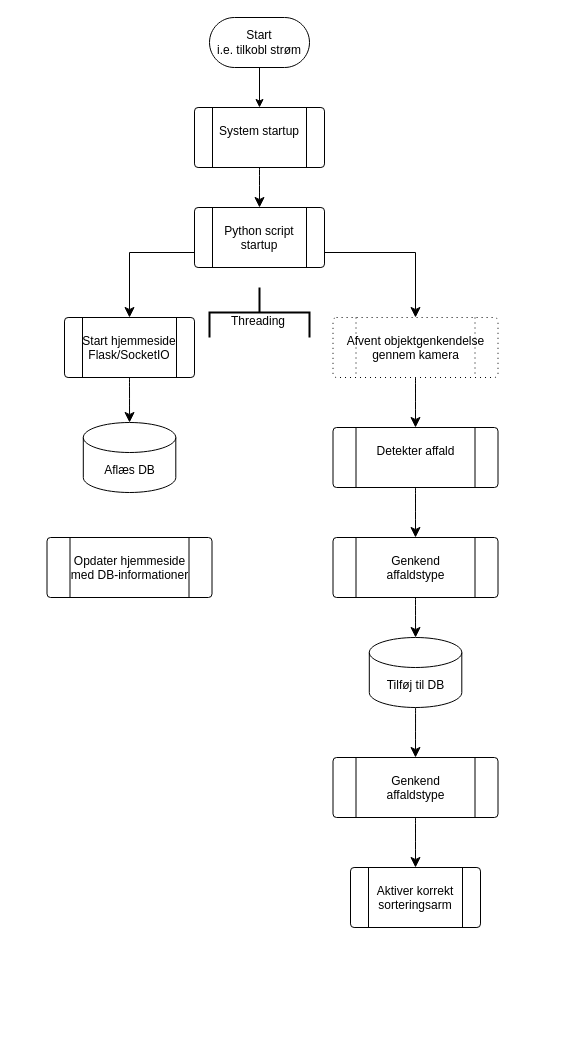
KEA-F25-B8-IoT2/SAAS keeps this draw.io diagram as flowchart.drawio. Above is the earlier version. Source tidied: cells renumbered, new cells numbered last; positions are measured from the earlier drawing's top-left corner, leaving out a move shared by most shapes. Both pictures are drawn from the tidied source at 100%, with x=0, y=0 at pixel (47, 17).
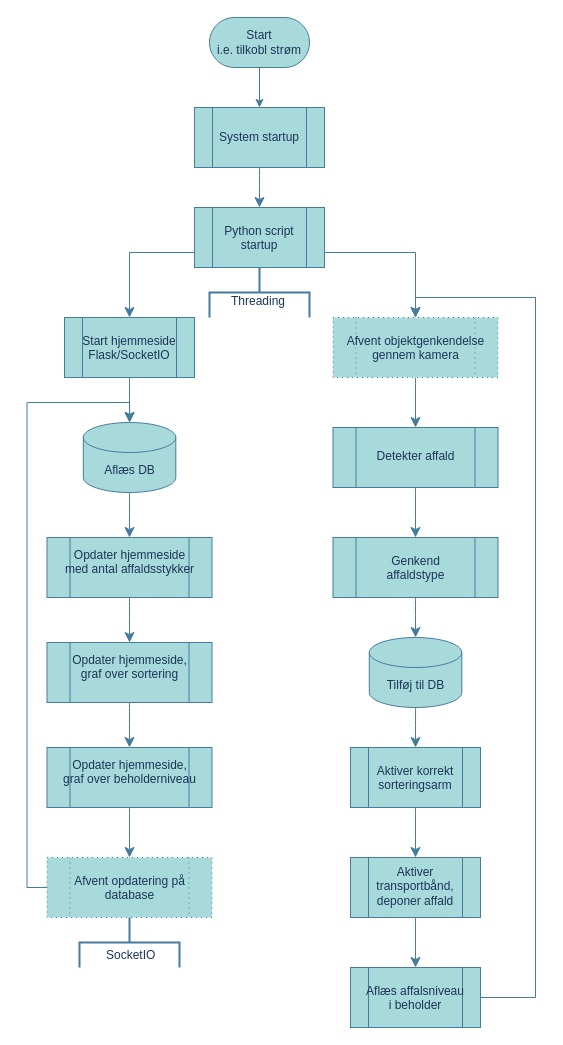
After the change.

The edit, as a diff of the source:
```diff
@@
-    <mxCell id="2" style="edgeStyle=orthogonalEdgeStyle;rounded=0;jettySize=auto;html=1;" parent="1" edge="1" source="3" target="5">
+    <mxCell id="2" style="edgeStyle=orthogonalEdgeStyle;rounded=0;jettySize=auto;html=1;labelBackgroundColor=none;strokeColor=#457B9D;fontColor=default;" parent="1" edge="1" source="3" target="5">
       <mxGeometry relative="1" as="geometry" />
     </mxCell>
-    <mxCell id="3" value="Start&lt;br&gt;i.e. tilkobl strøm" style="html=1;dashed=0;whiteSpace=wrap;shape=mxgraph.dfd.start;" parent="1" vertex="1">
+    <mxCell id="3" value="Start&lt;br&gt;i.e. tilkobl strøm" style="html=1;dashed=0;whiteSpace=wrap;shape=mxgraph.dfd.start;rounded=0;labelBackgroundColor=none;fillColor=#A8DADC;strokeColor=#457B9D;fontColor=#1D3557;" parent="1" vertex="1">
       <mxGeometry x="162" width="100" height="50" as="geometry" />
     </mxCell>
-    <mxCell id="4" style="edgeStyle=none;curved=1;rounded=0;jettySize=auto;html=1;fontSize=12;startSize=8;endSize=8;" parent="1" edge="1" source="5" target="18">
+    <mxCell id="4" style="edgeStyle=none;curved=1;rounded=0;jettySize=auto;html=1;fontSize=12;startSize=8;endSize=8;labelBackgroundColor=none;strokeColor=#457B9D;fontColor=default;" parent="1" edge="1" source="5" target="18">
       <mxGeometry relative="1" as="geometry" />
     </mxCell>
-    <mxCell id="5" value="System startup" style="verticalLabelPosition=bottom;verticalAlign=top;html=1;shape=process;whiteSpace=wrap;rounded=1;size=0.14;arcSize=6;align=center;spacingTop=-50;" parent="1" vertex="1">
+    <mxCell id="5" value="System startup" style="verticalLabelPosition=bottom;verticalAlign=top;html=1;shape=process;whiteSpace=wrap;rounded=0;size=0.14;arcSize=6;align=center;spacingTop=-44;labelBackgroundColor=none;fillColor=#A8DADC;strokeColor=#457B9D;fontColor=#1D3557;" parent="1" vertex="1">
       <mxGeometry x="147" y="90" width="130" height="60" as="geometry" />
     </mxCell>
+    <mxCell id="25" style="edgeStyle=none;curved=1;rounded=0;jettySize=auto;html=1;exitX=0.5;exitY=1;exitDx=0;exitDy=0;entryX=0.5;entryY=0;entryDx=0;entryDy=0;strokeColor=#457B9D;fontSize=12;fontColor=#1D3557;startSize=8;endSize=8;fillColor=#A8DADC;" parent="1" edge="1" source="6" target="37">
+      <mxGeometry relative="1" as="geometry" />
+    </mxCell>
-    <mxCell id="6" value="Opdater hjemmeside&lt;br&gt;med DB-informationer" style="verticalLabelPosition=bottom;verticalAlign=top;html=1;shape=process;whiteSpace=wrap;rounded=1;size=0.14;arcSize=6;align=center;spacingTop=-50;" parent="1" vertex="1">
+    <mxCell id="6" value="Opdater hjemmeside&lt;br&gt;med antal affaldsstykker" style="verticalLabelPosition=bottom;verticalAlign=top;html=1;shape=process;whiteSpace=wrap;rounded=0;size=0.14;arcSize=6;align=center;spacingTop=-56;labelBackgroundColor=none;fillColor=#A8DADC;strokeColor=#457B9D;fontColor=#1D3557;" parent="1" vertex="1">
       <mxGeometry x="-0.5" y="520" width="165" height="60" as="geometry" />
     </mxCell>
+    <mxCell id="26" style="edgeStyle=none;curved=1;rounded=0;jettySize=auto;html=1;fontSize=12;startSize=8;endSize=8;labelBackgroundColor=none;strokeColor=#457B9D;fontColor=default;" parent="1" edge="1" source="7" target="6">
+      <mxGeometry relative="1" as="geometry" />
+    </mxCell>
-    <mxCell id="7" value="Aflæs DB" style="shape=cylinder3;whiteSpace=wrap;html=1;boundedLbl=1;backgroundOutline=1;size=15;" parent="1" vertex="1">
+    <mxCell id="7" value="Aflæs DB" style="shape=cylinder3;whiteSpace=wrap;html=1;boundedLbl=1;backgroundOutline=1;size=15;rounded=0;labelBackgroundColor=none;fillColor=#A8DADC;strokeColor=#457B9D;fontColor=#1D3557;" parent="1" vertex="1">
       <mxGeometry x="35.8" y="405" width="92.5" height="70" as="geometry" />
     </mxCell>
-    <mxCell id="8" style="edgeStyle=none;curved=1;rounded=0;jettySize=auto;html=1;fontSize=12;startSize=8;endSize=8;" parent="1" edge="1" source="9" target="21">
+    <mxCell id="8" style="edgeStyle=none;curved=1;rounded=0;jettySize=auto;html=1;fontSize=12;startSize=8;endSize=8;labelBackgroundColor=none;strokeColor=#457B9D;fontColor=default;" parent="1" edge="1" source="9" target="21">
       <mxGeometry relative="1" as="geometry" />
     </mxCell>
-    <mxCell id="9" value="Afvent objektgenkendelse&lt;br&gt;gennem kamera" style="verticalLabelPosition=bottom;verticalAlign=top;html=1;shape=process;whiteSpace=wrap;rounded=1;size=0.14;arcSize=6;align=center;spacingTop=-50;strokeColor=default;dashed=1;dashPattern=1 4;" parent="1" vertex="1">
+    <mxCell id="9" value="Afvent objektgenkendelse&lt;br&gt;gennem kamera" style="verticalLabelPosition=bottom;verticalAlign=top;html=1;shape=process;whiteSpace=wrap;rounded=0;size=0.14;arcSize=6;align=center;spacingTop=-50;strokeColor=#457B9D;dashed=1;dashPattern=1 4;labelBackgroundColor=none;fillColor=#A8DADC;fontColor=#1D3557;" parent="1" vertex="1">
       <mxGeometry x="285.5" y="300" width="165" height="60" as="geometry" />
     </mxCell>
-    <mxCell id="10" value="Genkend&lt;br&gt;affaldstype" style="verticalLabelPosition=bottom;verticalAlign=top;html=1;shape=process;whiteSpace=wrap;rounded=1;size=0.14;arcSize=6;align=center;spacingTop=-50;" parent="1" vertex="1">
+    <mxCell id="10" value="Genkend&lt;br&gt;affaldstype" style="verticalLabelPosition=bottom;verticalAlign=top;html=1;shape=process;whiteSpace=wrap;rounded=0;size=0.14;arcSize=6;align=center;spacingTop=-50;labelBackgroundColor=none;fillColor=#A8DADC;strokeColor=#457B9D;fontColor=#1D3557;" parent="1" vertex="1">
       <mxGeometry x="285.5" y="520" width="165" height="60" as="geometry" />
     </mxCell>
-    <mxCell id="11" style="edgeStyle=none;curved=1;rounded=0;jettySize=auto;html=1;exitX=0.5;exitY=1;exitDx=0;exitDy=0;exitPerimeter=0;entryX=0.5;entryY=0;entryDx=0;entryDy=0;fontSize=12;startSize=8;endSize=8;" parent="1" edge="1" source="12" target="14">
-      <mxGeometry relative="1" as="geometry" />
-    </mxCell>
+    <mxCell id="27" style="edgeStyle=none;curved=1;rounded=0;jettySize=auto;html=1;exitX=0.5;exitY=1;exitDx=0;exitDy=0;exitPerimeter=0;strokeColor=#457B9D;fontSize=12;fontColor=#1D3557;startSize=8;endSize=8;fillColor=#A8DADC;" parent="1" edge="1" source="12" target="15">
+      <mxGeometry relative="1" as="geometry" />
+    </mxCell>
-    <mxCell id="12" value="Tilføj til DB" style="shape=cylinder3;whiteSpace=wrap;html=1;boundedLbl=1;backgroundOutline=1;size=15;" parent="1" vertex="1">
+    <mxCell id="12" value="Tilføj til DB" style="shape=cylinder3;whiteSpace=wrap;html=1;boundedLbl=1;backgroundOutline=1;size=15;rounded=0;labelBackgroundColor=none;fillColor=#A8DADC;strokeColor=#457B9D;fontColor=#1D3557;" parent="1" vertex="1">
       <mxGeometry x="321.8" y="620" width="92.5" height="70" as="geometry" />
     </mxCell>
-    <mxCell id="13" style="edgeStyle=none;curved=1;rounded=0;jettySize=auto;html=1;exitX=0.5;exitY=1;exitDx=0;exitDy=0;entryX=0.5;entryY=0;entryDx=0;entryDy=0;fontSize=12;startSize=8;endSize=8;" parent="1" edge="1" source="14" target="15">
-      <mxGeometry relative="1" as="geometry" />
-    </mxCell>
-    <mxCell id="14" value="Genkend&lt;br&gt;affaldstype" style="verticalLabelPosition=bottom;verticalAlign=top;html=1;shape=process;whiteSpace=wrap;rounded=1;size=0.14;arcSize=6;align=center;spacingTop=-50;" parent="1" vertex="1">
-      <mxGeometry x="285.5" y="740" width="165" height="60" as="geometry" />
-    </mxCell>
+    <mxCell id="28" style="edgeStyle=none;curved=1;rounded=0;jettySize=auto;html=1;fontSize=12;startSize=8;endSize=8;labelBackgroundColor=none;strokeColor=#457B9D;fontColor=default;" parent="1" edge="1" source="15" target="30">
+      <mxGeometry relative="1" as="geometry" />
+    </mxCell>
-    <mxCell id="15" value="Aktiver korrekt&lt;div&gt;sorteringsarm&lt;/div&gt;" style="verticalLabelPosition=bottom;verticalAlign=top;html=1;shape=process;whiteSpace=wrap;rounded=1;size=0.14;arcSize=6;align=center;spacingTop=-50;" parent="1" vertex="1">
-      <mxGeometry x="303" y="850" width="130" height="60" as="geometry" />
+    <mxCell id="15" value="Aktiver korrekt&lt;div&gt;sorteringsarm&lt;/div&gt;" style="verticalLabelPosition=bottom;verticalAlign=top;html=1;shape=process;whiteSpace=wrap;rounded=0;size=0.14;arcSize=6;align=center;spacingTop=-50;labelBackgroundColor=none;fillColor=#A8DADC;strokeColor=#457B9D;fontColor=#1D3557;" parent="1" vertex="1">
+      <mxGeometry x="303" y="730" width="130" height="60" as="geometry" />
     </mxCell>
-    <mxCell id="16" style="edgeStyle=orthogonalEdgeStyle;rounded=0;jettySize=auto;html=1;exitX=0;exitY=0.75;exitDx=0;exitDy=0;entryX=0.5;entryY=0;entryDx=0;entryDy=0;fontSize=12;startSize=8;endSize=8;" parent="1" edge="1" source="18" target="19">
+    <mxCell id="16" style="edgeStyle=orthogonalEdgeStyle;rounded=0;jettySize=auto;html=1;exitX=0;exitY=0.75;exitDx=0;exitDy=0;entryX=0.5;entryY=0;entryDx=0;entryDy=0;fontSize=12;startSize=8;endSize=8;labelBackgroundColor=none;strokeColor=#457B9D;fontColor=default;" parent="1" edge="1" source="18" target="19">
       <mxGeometry relative="1" as="geometry" />
     </mxCell>
-    <mxCell id="17" style="edgeStyle=orthogonalEdgeStyle;rounded=0;jettySize=auto;html=1;exitX=1;exitY=0.75;exitDx=0;exitDy=0;entryX=0.5;entryY=0;entryDx=0;entryDy=0;fontSize=12;startSize=8;endSize=8;" parent="1" edge="1" source="18" target="9">
+    <mxCell id="17" style="edgeStyle=orthogonalEdgeStyle;rounded=0;jettySize=auto;html=1;exitX=1;exitY=0.75;exitDx=0;exitDy=0;entryX=0.5;entryY=0;entryDx=0;entryDy=0;fontSize=12;startSize=8;endSize=8;labelBackgroundColor=none;strokeColor=#457B9D;fontColor=default;" parent="1" edge="1" source="18" target="9">
       <mxGeometry relative="1" as="geometry" />
     </mxCell>
-    <mxCell id="18" value="Python script&lt;br&gt;startup" style="verticalLabelPosition=bottom;verticalAlign=top;html=1;shape=process;whiteSpace=wrap;rounded=1;size=0.14;arcSize=6;align=center;spacingTop=-50;" parent="1" vertex="1">
+    <mxCell id="18" value="Python script&lt;br&gt;startup" style="verticalLabelPosition=bottom;verticalAlign=top;html=1;shape=process;whiteSpace=wrap;rounded=0;size=0.14;arcSize=6;align=center;spacingTop=-50;labelBackgroundColor=none;fillColor=#A8DADC;strokeColor=#457B9D;fontColor=#1D3557;" parent="1" vertex="1">
       <mxGeometry x="147" y="190" width="130" height="60" as="geometry" />
     </mxCell>
-    <mxCell id="19" value="Start hjemmeside&lt;br&gt;Flask/SocketIO" style="verticalLabelPosition=bottom;verticalAlign=top;html=1;shape=process;whiteSpace=wrap;rounded=1;size=0.14;arcSize=6;align=center;spacingTop=-50;" parent="1" vertex="1">
+    <mxCell id="19" value="Start hjemmeside&lt;br&gt;Flask/SocketIO" style="verticalLabelPosition=bottom;verticalAlign=top;html=1;shape=process;whiteSpace=wrap;rounded=0;size=0.14;arcSize=6;align=center;spacingTop=-50;labelBackgroundColor=none;fillColor=#A8DADC;strokeColor=#457B9D;fontColor=#1D3557;" parent="1" vertex="1">
       <mxGeometry x="17" y="300" width="130" height="60" as="geometry" />
     </mxCell>
-    <mxCell id="20" style="edgeStyle=none;curved=1;rounded=0;jettySize=auto;html=1;exitX=0.5;exitY=1;exitDx=0;exitDy=0;entryX=0.5;entryY=0;entryDx=0;entryDy=0;fontSize=12;startSize=8;endSize=8;" parent="1" edge="1" source="21" target="10">
+    <mxCell id="20" style="edgeStyle=none;curved=1;rounded=0;jettySize=auto;html=1;exitX=0.5;exitY=1;exitDx=0;exitDy=0;entryX=0.5;entryY=0;entryDx=0;entryDy=0;fontSize=12;startSize=8;endSize=8;labelBackgroundColor=none;strokeColor=#457B9D;fontColor=default;" parent="1" edge="1" source="21" target="10">
       <mxGeometry relative="1" as="geometry" />
     </mxCell>
-    <mxCell id="21" value="Detekter affald" style="verticalLabelPosition=bottom;verticalAlign=top;html=1;shape=process;whiteSpace=wrap;rounded=1;size=0.14;arcSize=6;align=center;spacingTop=-50;" parent="1" vertex="1">
+    <mxCell id="21" value="Detekter affald" style="verticalLabelPosition=bottom;verticalAlign=top;html=1;shape=process;whiteSpace=wrap;rounded=0;size=0.14;arcSize=6;align=center;spacingTop=-45;labelBackgroundColor=none;fillColor=#A8DADC;strokeColor=#457B9D;fontColor=#1D3557;" parent="1" vertex="1">
       <mxGeometry x="285.5" y="410" width="165" height="60" as="geometry" />
     </mxCell>
-    <mxCell id="22" style="edgeStyle=none;curved=1;rounded=0;jettySize=auto;html=1;exitX=0.5;exitY=1;exitDx=0;exitDy=0;entryX=0.5;entryY=0;entryDx=0;entryDy=0;entryPerimeter=0;fontSize=12;startSize=8;endSize=8;" parent="1" edge="1" source="10" target="12">
+    <mxCell id="22" style="edgeStyle=none;curved=1;rounded=0;jettySize=auto;html=1;exitX=0.5;exitY=1;exitDx=0;exitDy=0;entryX=0.5;entryY=0;entryDx=0;entryDy=0;entryPerimeter=0;fontSize=12;startSize=8;endSize=8;labelBackgroundColor=none;strokeColor=#457B9D;fontColor=default;" parent="1" edge="1" source="10" target="12">
       <mxGeometry relative="1" as="geometry" />
     </mxCell>
-    <mxCell id="23" style="edgeStyle=none;curved=1;rounded=0;jettySize=auto;html=1;exitX=0.5;exitY=1;exitDx=0;exitDy=0;entryX=0.5;entryY=0;entryDx=0;entryDy=0;entryPerimeter=0;fontSize=12;startSize=8;endSize=8;" parent="1" edge="1" source="19" target="7">
+    <mxCell id="23" style="edgeStyle=none;curved=1;rounded=0;jettySize=auto;html=1;exitX=0.5;exitY=1;exitDx=0;exitDy=0;entryX=0.5;entryY=0;entryDx=0;entryDy=0;entryPerimeter=0;fontSize=12;startSize=8;endSize=8;labelBackgroundColor=none;strokeColor=#457B9D;fontColor=default;" parent="1" edge="1" source="19" target="7">
       <mxGeometry relative="1" as="geometry" />
     </mxCell>
-    <mxCell id="24" value="Threading" style="strokeWidth=2;html=1;shape=mxgraph.flowchart.annotation_2;align=left;labelPosition=right;direction=south;spacingTop=18;spacingLeft=-80;spacingRight=0;" parent="1" vertex="1">
-      <mxGeometry x="162" y="270" width="100" height="50" as="geometry" />
+    <mxCell id="24" value="Threading" style="strokeWidth=2;html=1;shape=mxgraph.flowchart.annotation_2;align=left;labelPosition=right;direction=south;spacingTop=18;spacingLeft=-80;spacingRight=0;rounded=0;labelBackgroundColor=none;fillColor=#A8DADC;strokeColor=#457B9D;fontColor=#1D3557;" parent="1" vertex="1">
+      <mxGeometry x="162" y="250" width="100" height="50" as="geometry" />
     </mxCell>
+    <mxCell id="29" style="edgeStyle=none;curved=1;rounded=0;jettySize=auto;html=1;fontSize=12;startSize=8;endSize=8;labelBackgroundColor=none;strokeColor=#457B9D;fontColor=default;" parent="1" edge="1" source="30" target="32">
+      <mxGeometry relative="1" as="geometry" />
+    </mxCell>
+    <mxCell id="30" value="Aktiver &lt;br&gt;transportbånd,&lt;br&gt;deponer affald" style="verticalLabelPosition=bottom;verticalAlign=top;html=1;shape=process;whiteSpace=wrap;rounded=0;size=0.14;arcSize=6;align=center;spacingTop=-59;labelBackgroundColor=none;fillColor=#A8DADC;strokeColor=#457B9D;fontColor=#1D3557;" parent="1" vertex="1">
+      <mxGeometry x="303" y="840" width="130" height="60" as="geometry" />
+    </mxCell>
+    <mxCell id="31" style="edgeStyle=orthogonalEdgeStyle;rounded=0;jettySize=auto;html=1;exitX=1;exitY=0.5;exitDx=0;exitDy=0;entryX=0.5;entryY=0;entryDx=0;entryDy=0;fontSize=12;startSize=8;endSize=8;labelBackgroundColor=none;strokeColor=#457B9D;fontColor=default;" parent="1" edge="1" source="32" target="9">
+      <mxGeometry relative="1" as="geometry">
+        <Array as="points">
+          <mxPoint x="488" y="980" />
+          <mxPoint x="488" y="280" />
+          <mxPoint x="368" y="280" />
+        </Array>
+      </mxGeometry>
+    </mxCell>
+    <mxCell id="32" value="Aflæs affalsniveau&lt;br&gt;i beholder" style="verticalLabelPosition=bottom;verticalAlign=top;html=1;shape=process;whiteSpace=wrap;rounded=0;size=0.14;arcSize=6;align=center;spacingTop=-50;labelBackgroundColor=none;fillColor=#A8DADC;strokeColor=#457B9D;fontColor=#1D3557;" parent="1" vertex="1">
+      <mxGeometry x="303" y="950" width="130" height="60" as="geometry" />
+    </mxCell>
+    <mxCell id="33" style="edgeStyle=none;curved=1;rounded=0;jettySize=auto;html=1;exitX=0.5;exitY=1;exitDx=0;exitDy=0;entryX=0.5;entryY=0;entryDx=0;entryDy=0;strokeColor=#457B9D;fontSize=12;fontColor=#1D3557;startSize=8;endSize=8;fillColor=#A8DADC;" parent="1" edge="1" source="34" target="35">
+      <mxGeometry relative="1" as="geometry" />
+    </mxCell>
+    <mxCell id="34" value="Opdater hjemmeside,&lt;div&gt;graf over beholderniveau&lt;/div&gt;" style="verticalLabelPosition=bottom;verticalAlign=top;html=1;shape=process;whiteSpace=wrap;rounded=0;size=0.14;arcSize=6;align=center;spacingTop=-56;labelBackgroundColor=none;fillColor=#A8DADC;strokeColor=#457B9D;fontColor=#1D3557;" parent="1" vertex="1">
+      <mxGeometry x="-0.5" y="730" width="165" height="60" as="geometry" />
+    </mxCell>
+    <mxCell id="35" value="Afvent opdatering på database" style="verticalLabelPosition=bottom;verticalAlign=top;html=1;shape=process;whiteSpace=wrap;rounded=0;size=0.14;arcSize=6;align=center;spacingTop=-50;strokeColor=#457B9D;dashed=1;dashPattern=1 4;labelBackgroundColor=none;fillColor=#A8DADC;fontColor=#1D3557;" parent="1" vertex="1">
+      <mxGeometry x="-0.5" y="840" width="165" height="60" as="geometry" />
+    </mxCell>
+    <mxCell id="36" style="edgeStyle=none;curved=1;rounded=0;jettySize=auto;html=1;exitX=0.5;exitY=1;exitDx=0;exitDy=0;entryX=0.5;entryY=0;entryDx=0;entryDy=0;strokeColor=#457B9D;fontSize=12;fontColor=#1D3557;startSize=8;endSize=8;fillColor=#A8DADC;" parent="1" edge="1" source="37" target="34">
+      <mxGeometry relative="1" as="geometry" />
+    </mxCell>
+    <mxCell id="37" value="Opdater hjemmeside,&lt;div&gt;graf over sortering&lt;/div&gt;" style="verticalLabelPosition=bottom;verticalAlign=top;html=1;shape=process;whiteSpace=wrap;rounded=0;size=0.14;arcSize=6;align=center;spacingTop=-56;labelBackgroundColor=none;fillColor=#A8DADC;strokeColor=#457B9D;fontColor=#1D3557;" parent="1" vertex="1">
+      <mxGeometry x="-0.5" y="625" width="165" height="60" as="geometry" />
+    </mxCell>
+    <mxCell id="38" style="edgeStyle=orthogonalEdgeStyle;rounded=0;jettySize=auto;html=1;exitX=0;exitY=0.5;exitDx=0;exitDy=0;entryX=0.5;entryY=0;entryDx=0;entryDy=0;entryPerimeter=0;strokeColor=#457B9D;fontSize=12;fontColor=#1D3557;startSize=8;endSize=8;fillColor=#A8DADC;" parent="1" edge="1" source="35" target="7">
+      <mxGeometry relative="1" as="geometry" />
+    </mxCell>
+    <mxCell id="39" value="SocketIO" style="strokeWidth=2;html=1;shape=mxgraph.flowchart.annotation_2;align=left;labelPosition=right;strokeColor=#457B9D;fontColor=#1D3557;fillColor=#A8DADC;direction=south;spacingTop=25;spacingLeft=-75;" parent="1" vertex="1">
+      <mxGeometry x="32" y="900" width="100" height="50" as="geometry" />
+    </mxCell>
```
